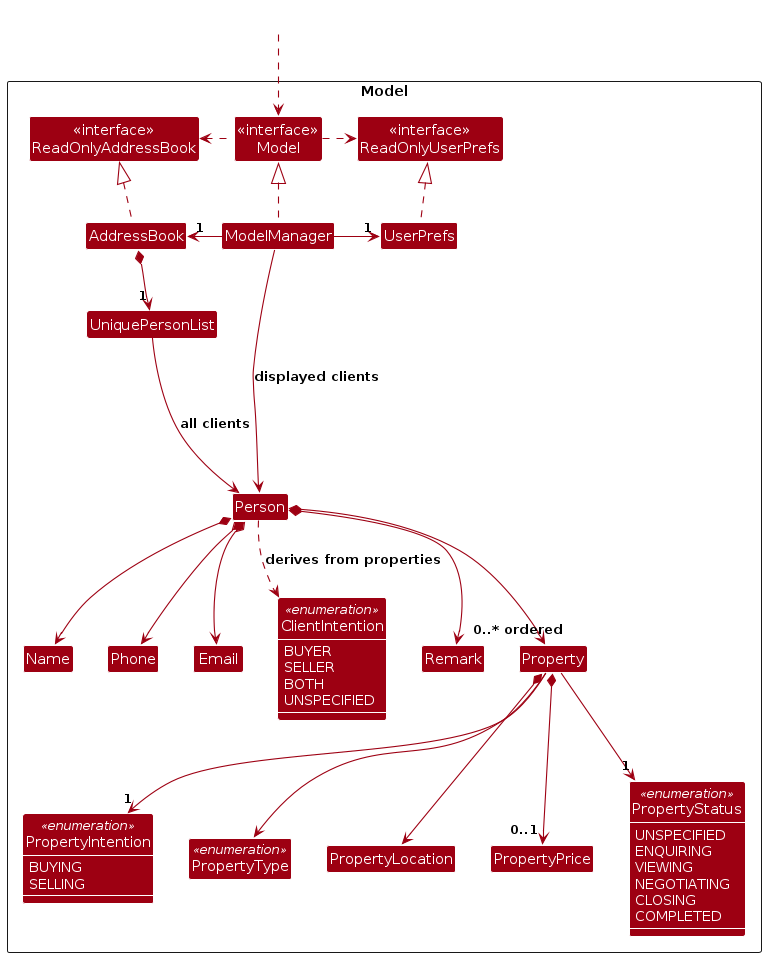
Before: diagrams/ModelClassDiagram.png, a diagram exported from PlantUML (AY2627S1-CS2103T-W11-4/tp). Its source is kept beside it as diagrams/ModelClassDiagram.puml.
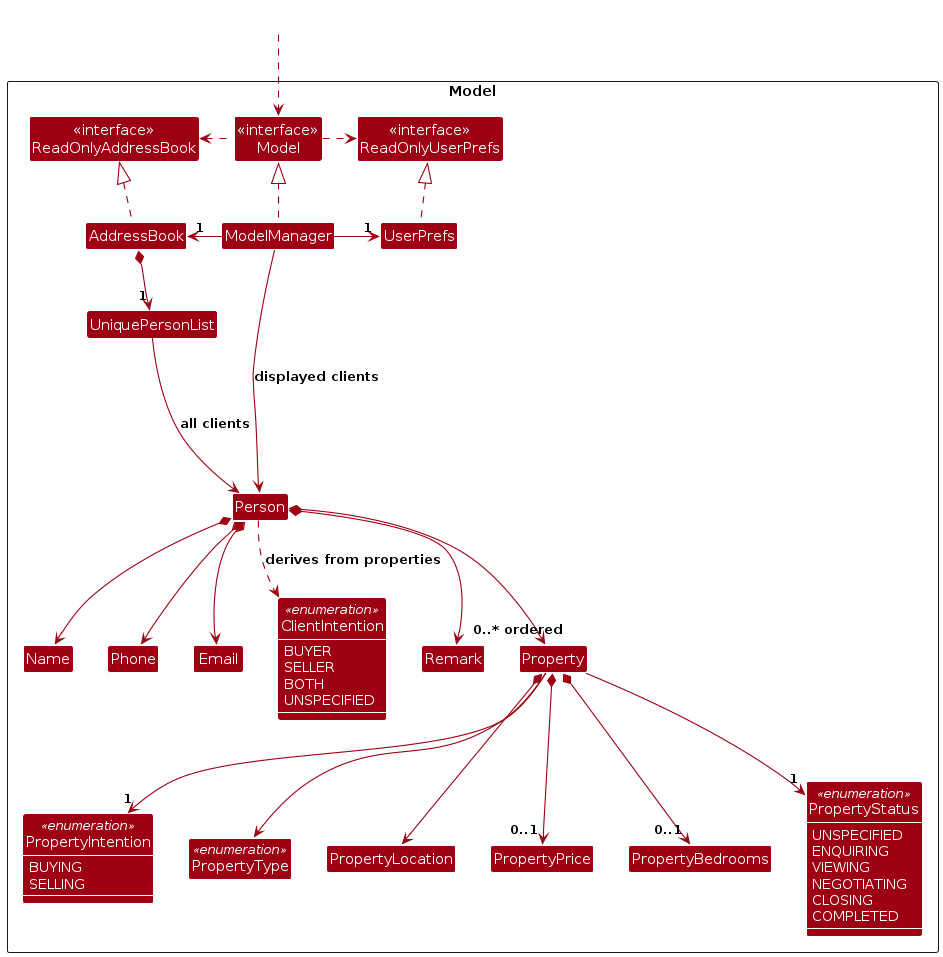
After the change.

Diff of the diagram source:
```diff
@@ -33,6 +33,7 @@
 Class PropertyType <<enumeration>>
 Class PropertyLocation
 Class PropertyPrice
+Class PropertyBedrooms
 Class PropertyStatus <<enumeration>> {
   UNSPECIFIED
   ENQUIRING
@@ -73,6 +74,7 @@
 Property --> "1" PropertyIntention
 Property *--> PropertyLocation
 Property *--> "0..1" PropertyPrice
+Property *--> "0..1" PropertyBedrooms
 Property --> "1" PropertyStatus
 
 Person -[hidden]up--> I
```
